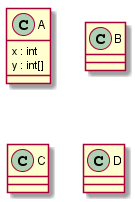
Before: out/production/Parser/output.png, a diagram exported from PlantUML (Manasi670430/Parser).
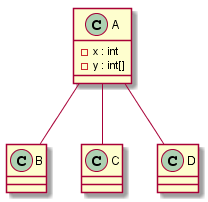
The same file after the commit.

Change to the diagram source:
```diff
@@ -1,7 +1,7 @@
 @startuml
 class A {
-x : int
-y : int[]
+- x : int
+- y : int[]
  }
 class B {
  }
@@ -9,4 +9,7 @@
  }
 class D {
  }
+A--B
+A--C
+A--D
 @enduml
```
